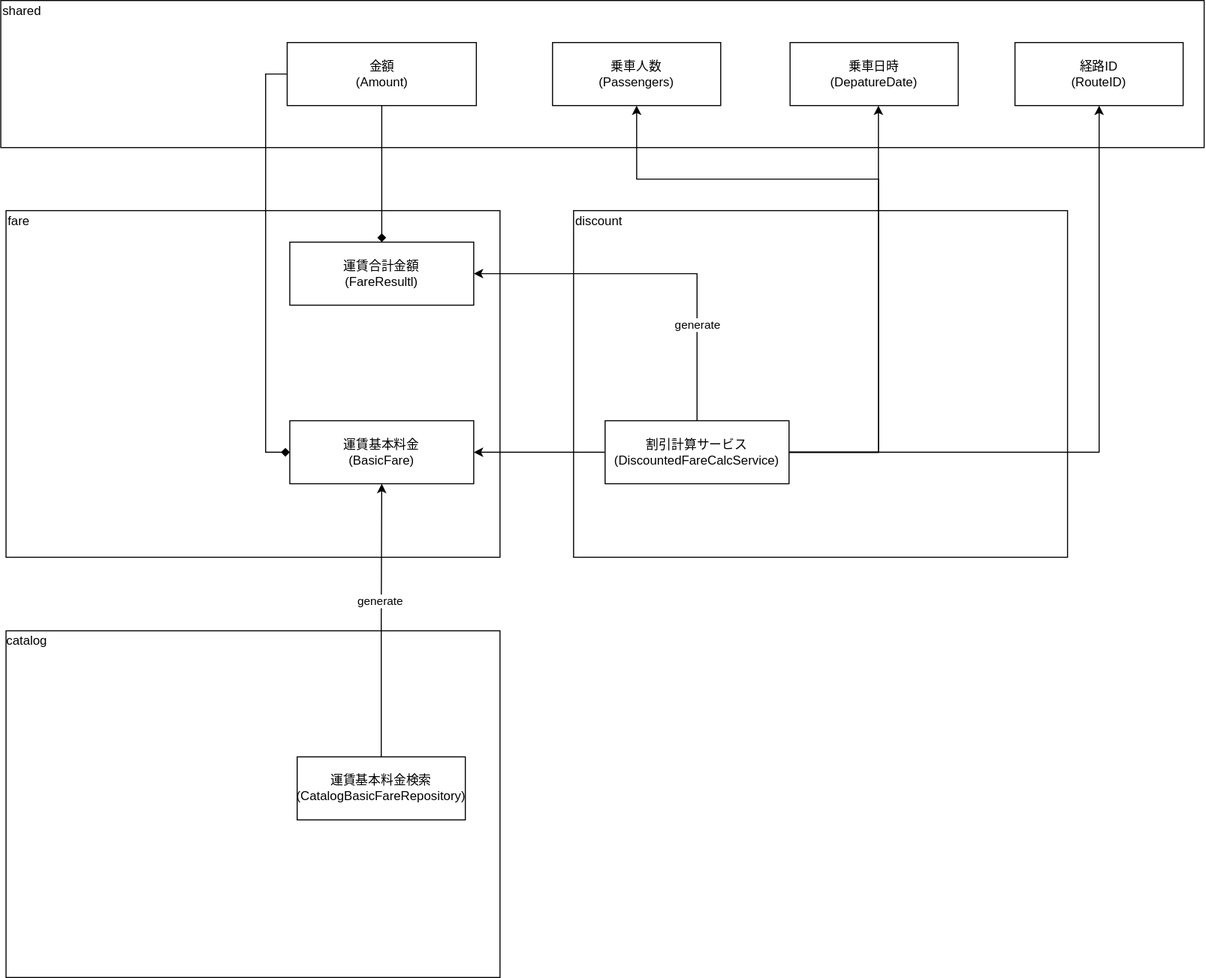
Earlier version of the draw.io export docs/modeling/fare_domain_model.svg (MikiWaraMiki/kotlin-jr-pricing). Source tidied: cells renumbered, new cells last; positions are measured from the earlier drawing's top-left corner, leaving out a move shared by most shapes.
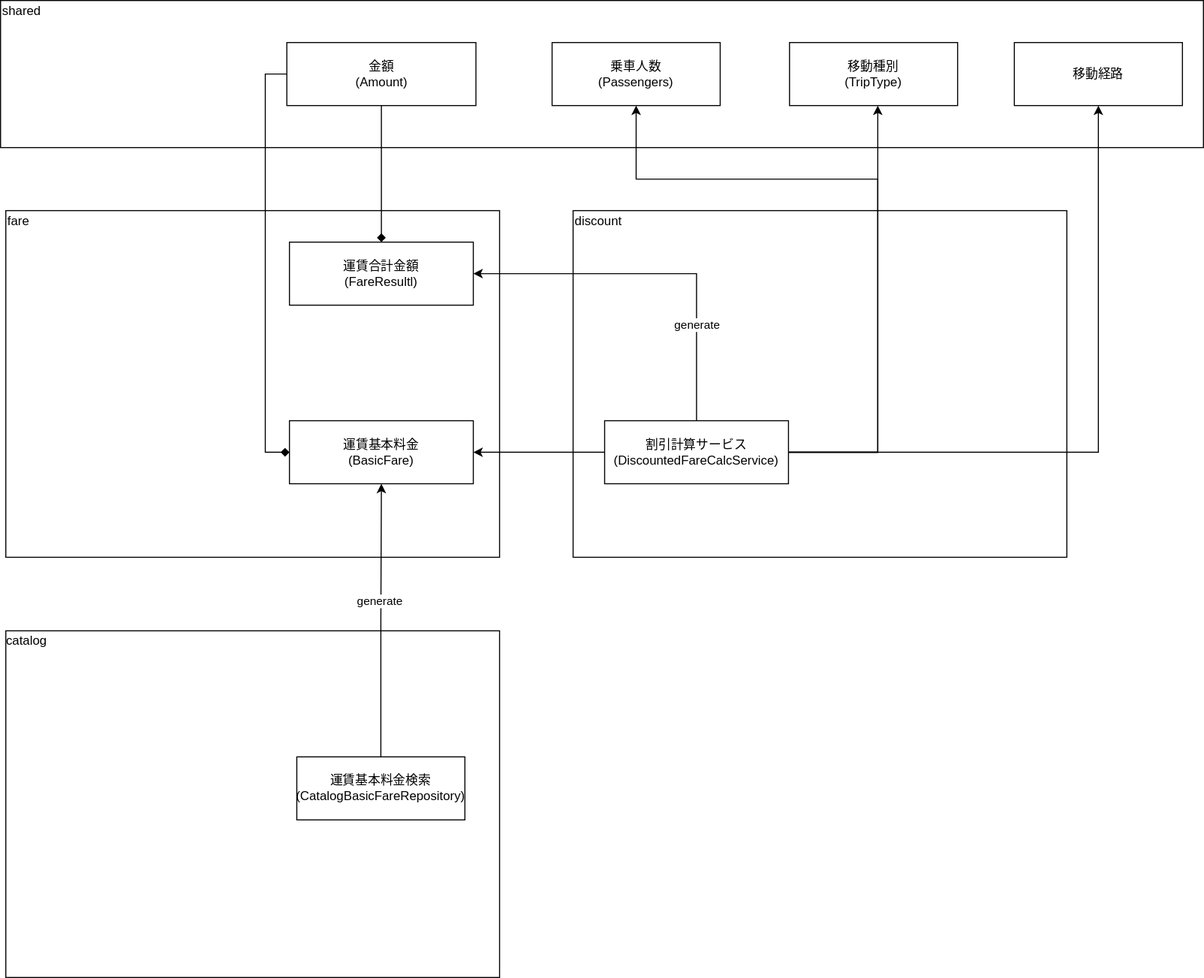
The same diagram one commit later.

Commit message:
add fare micro services 運賃計算ユースケース

Change to the diagram source:
```diff
@@ -81,7 +81,7 @@
     <mxCell id="21" value="乗車人数&lt;br&gt;(Passengers)" style="rounded=0;whiteSpace=wrap;html=1;align=center;" parent="1" vertex="1">
       <mxGeometry x="525" y="40" width="160" height="60" as="geometry" />
     </mxCell>
-    <mxCell id="22" value="乗車日時&lt;br&gt;(DepatureDate)" style="rounded=0;whiteSpace=wrap;html=1;align=center;" parent="1" vertex="1">
+    <mxCell id="22" value="移動種別&lt;br&gt;(TripType)" style="rounded=0;whiteSpace=wrap;html=1;align=center;" parent="1" vertex="1">
       <mxGeometry x="751" y="40" width="160" height="60" as="geometry" />
     </mxCell>
     <mxCell id="23" style="rounded=0;whiteSpace=wrap;html=1;" parent="1" vertex="1">
@@ -99,7 +99,7 @@
     <mxCell id="27" value="運賃基本料金検索&lt;br&gt;(CatalogBasicFareRepository)" style="rounded=0;whiteSpace=wrap;html=1;align=center;" parent="1" vertex="1">
       <mxGeometry x="282" y="720" width="160" height="60" as="geometry" />
     </mxCell>
-    <mxCell id="28" value="経路ID&lt;br&gt;(RouteID)" style="rounded=0;whiteSpace=wrap;html=1;align=center;" parent="1" vertex="1">
+    <mxCell id="28" value="移動経路" style="rounded=0;whiteSpace=wrap;html=1;align=center;" parent="1" vertex="1">
       <mxGeometry x="965" y="40" width="160" height="60" as="geometry" />
     </mxCell>
   </root>
```
